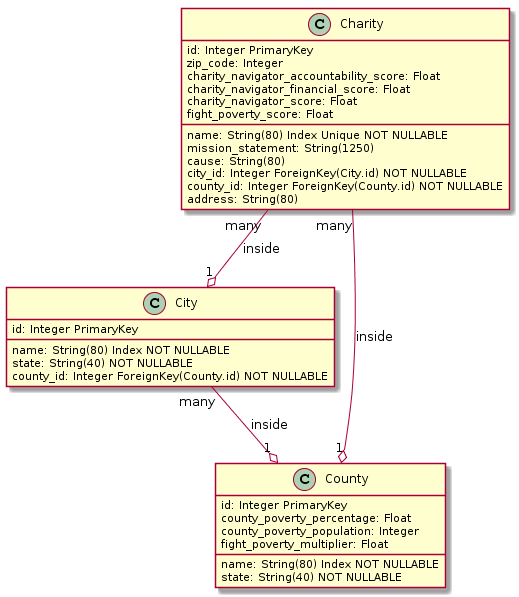
The PlantUML diagram UML.png in kevinsingh5/FightPoverty, before a commit.
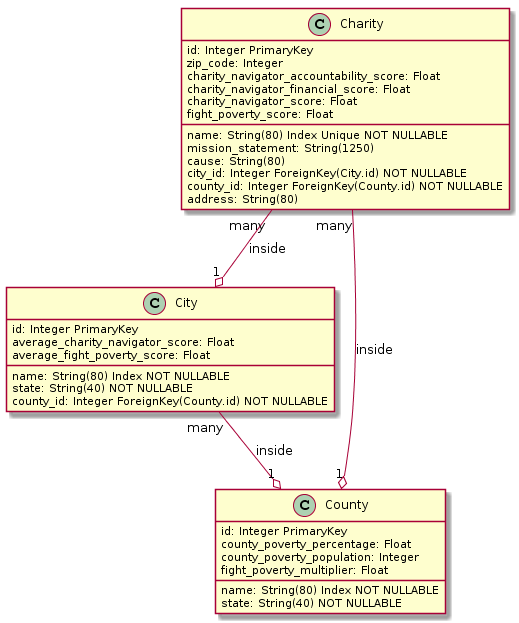
The same file after the commit.

Commit message:
Updated UML to include average scores on city

Diff of the diagram source:
```diff
@@ -19,6 +19,8 @@
 City : name: String(80) Index NOT NULLABLE
 City : state: String(40) NOT NULLABLE
 City : county_id: Integer ForeignKey(County.id) NOT NULLABLE
+City : average_charity_navigator_score: Float
+City : average_fight_poverty_score: Float
 
 
 class County
```
